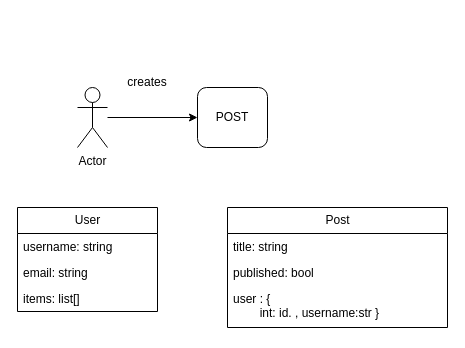
Above: UML/Relationships_user_post.drawio in katadjina/Blog_FastAPI_test (draw.io), before the change. Source tidied: cells renumbered, new cells numbered last; positions are measured from the earlier drawing's top-left corner, leaving out a move shared by most shapes. Both pictures are drawn from the tidied source at 100%, with x=0, y=0 at pixel (17, 67).
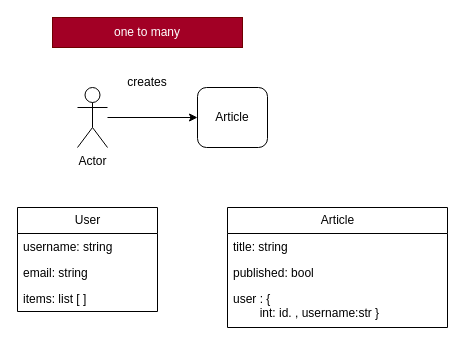
Above is the later version.

The edit, as a diff of the source:
```diff
@@
 <mxGraphModel>
   <root>
     <mxCell id="0" />
     <mxCell id="1" parent="0" />
     <mxCell id="2" value="Actor" style="shape=umlActor;verticalLabelPosition=bottom;verticalAlign=top;html=1;" parent="1" vertex="1">
       <mxGeometry x="60" y="20" width="30" height="60" as="geometry" />
     </mxCell>
     <mxCell id="3" style="endArrow=classic;html=1;" parent="1" edge="1" target="4">
       <mxGeometry relative="1" as="geometry">
         <mxPoint x="90" y="50" as="sourcePoint" />
       </mxGeometry>
     </mxCell>
-    <mxCell id="4" value="POST" style="rounded=1;whiteSpace=wrap;html=1;" parent="1" vertex="1">
+    <mxCell id="4" value="Article" style="rounded=1;whiteSpace=wrap;html=1;" parent="1" vertex="1">
       <mxGeometry x="180" y="20" width="70" height="60" as="geometry" />
     </mxCell>
     <mxCell id="5" value="creates" style="text;html=1;strokeColor=none;fillColor=none;align=center;verticalAlign=middle;whiteSpace=wrap;rounded=0;" parent="1" vertex="1">
       <mxGeometry x="100" width="60" height="30" as="geometry" />
     </mxCell>
     <mxCell id="6" value="User" style="swimlane;fontStyle=0;horizontal=1;startSize=26;fillColor=none;html=1;" parent="1" vertex="1">
       <mxGeometry y="140" width="140" height="104" as="geometry" />
     </mxCell>
     <mxCell id="7" value="username: string&lt;br&gt;" style="text;strokeColor=none;fillColor=none;align=left;verticalAlign=top;spacingLeft=4;spacingRight=4;overflow=hidden;whiteSpace=wrap;html=1;" parent="6" vertex="1">
       <mxGeometry y="26" width="140" height="26" as="geometry" />
     </mxCell>
     <mxCell id="8" value="email: string&lt;br&gt;" style="text;strokeColor=none;fillColor=none;align=left;verticalAlign=top;spacingLeft=4;spacingRight=4;overflow=hidden;whiteSpace=wrap;html=1;" parent="6" vertex="1">
       <mxGeometry y="52" width="140" height="26" as="geometry" />
     </mxCell>
-    <mxCell id="9" value="items: list[]" style="text;strokeColor=none;fillColor=none;align=left;verticalAlign=top;spacingLeft=4;spacingRight=4;overflow=hidden;whiteSpace=wrap;html=1;" parent="6" vertex="1">
+    <mxCell id="9" value="items: list [ ]" style="text;strokeColor=none;fillColor=none;align=left;verticalAlign=top;spacingLeft=4;spacingRight=4;overflow=hidden;whiteSpace=wrap;html=1;" parent="6" vertex="1">
       <mxGeometry y="78" width="140" height="26" as="geometry" />
     </mxCell>
-    <mxCell id="10" value="Post" style="swimlane;fontStyle=0;horizontal=1;startSize=26;fillColor=none;html=1;" parent="1" vertex="1">
+    <mxCell id="10" value="Article" style="swimlane;fontStyle=0;horizontal=1;startSize=26;fillColor=none;html=1;" parent="1" vertex="1">
       <mxGeometry x="210" y="140" width="220" height="120" as="geometry" />
     </mxCell>
     <mxCell id="11" value="title: string" style="text;strokeColor=none;fillColor=none;align=left;verticalAlign=top;spacingLeft=4;spacingRight=4;overflow=hidden;whiteSpace=wrap;html=1;" parent="10" vertex="1">
       <mxGeometry y="26" width="220" height="26" as="geometry" />
     </mxCell>
     <mxCell id="12" value="published: bool" style="text;strokeColor=none;fillColor=none;align=left;verticalAlign=top;spacingLeft=4;spacingRight=4;overflow=hidden;whiteSpace=wrap;html=1;" parent="10" vertex="1">
       <mxGeometry y="52" width="220" height="26" as="geometry" />
     </mxCell>
     <mxCell id="13" value="user : {&amp;nbsp;&lt;br&gt;&amp;nbsp; &amp;nbsp; &amp;nbsp; &amp;nbsp; int: id. , username:str }" style="text;strokeColor=none;fillColor=none;align=left;verticalAlign=top;spacingLeft=4;spacingRight=4;overflow=hidden;whiteSpace=wrap;html=1;" parent="10" vertex="1">
       <mxGeometry y="78" width="220" height="42" as="geometry" />
     </mxCell>
+    <mxCell id="14" value="one to many" style="text;html=1;strokeColor=#6F0000;fillColor=#a20025;align=center;verticalAlign=middle;whiteSpace=wrap;rounded=0;fontColor=#ffffff;" parent="1" vertex="1">
+      <mxGeometry x="35" y="-50" width="190" height="30" as="geometry" />
+    </mxCell>
   </root>
 </mxGraphModel>
```
